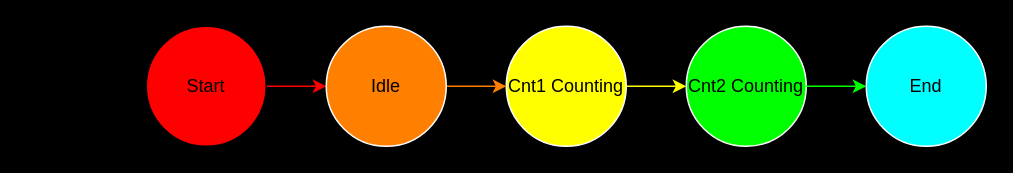
gordonpow/lab_hardware_test keeps this draw.io diagram as 3/AOV.drawio. Above is the earlier version. Source tidied: cells renumbered, new cells numbered last; positions are measured from the earlier drawing's top-left corner, leaving out a move shared by most shapes. Both pictures are drawn from the tidied source at 150%, with x=0, y=0 at pixel (146, 26).
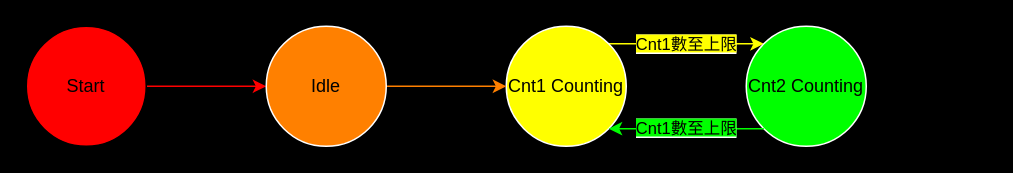
The same diagram, later.

Change to the diagram source:
```diff
@@
 <mxGraphModel background="#000000">
   <root>
     <mxCell id="0" />
     <mxCell id="1" parent="0" />
-    <mxCell id="2" style="edgeStyle=none;html=1;exitX=1;exitY=0.5;exitDx=0;exitDy=0;fontColor=#FFFFFF;strokeColor=#FF0000;" parent="1" edge="1" source="3">
-      <mxGeometry relative="1" as="geometry">
-        <mxPoint x="120" y="40" as="targetPoint" />
-      </mxGeometry>
+    <mxCell id="2" style="edgeStyle=none;html=1;exitX=1;exitY=0.5;exitDx=0;exitDy=0;fontColor=#FFFFFF;strokeColor=#FF0000;entryX=0;entryY=0.5;entryDx=0;entryDy=0;" parent="1" edge="1" source="3" target="10">
+      <mxGeometry relative="1" as="geometry" />
     </mxCell>
     <mxCell id="3" value="Start" style="ellipse;whiteSpace=wrap;html=1;fillColor=#FF0000;fontColor=#000000;" parent="1" vertex="1">
-      <mxGeometry width="80" height="80" as="geometry" />
+      <mxGeometry x="-80" width="80" height="80" as="geometry" />
     </mxCell>
-    <mxCell id="4" style="edgeStyle=none;html=1;exitX=1;exitY=0.5;exitDx=0;exitDy=0;fontColor=#FFFFFF;strokeColor=#FFFF00;entryX=0;entryY=0.5;entryDx=0;entryDy=0;" parent="1" edge="1" source="5" target="6">
+    <mxCell id="4" value="&lt;span style=&quot;background-color: rgb(255, 255, 0);&quot;&gt;&lt;font color=&quot;#000000&quot;&gt;Cnt1數至上限&lt;/font&gt;&lt;/span&gt;" style="edgeStyle=none;html=1;exitX=1;exitY=0;exitDx=0;exitDy=0;fontColor=#FFFFFF;strokeColor=#FFFF00;entryX=0;entryY=0;entryDx=0;entryDy=0;" parent="1" edge="1" source="5" target="6">
       <mxGeometry relative="1" as="geometry" />
     </mxCell>
     <mxCell id="5" value="Cnt1 Counting" style="ellipse;whiteSpace=wrap;html=1;fontColor=#000000;strokeColor=#FFFFFF;fillColor=#FFFF00;" parent="1" vertex="1">
       <mxGeometry x="240" width="80" height="80" as="geometry" />
     </mxCell>
     <mxCell id="6" value="Cnt2 Counting" style="ellipse;whiteSpace=wrap;html=1;fontColor=#000000;strokeColor=#FFFFFF;fillColor=#00FF00;" parent="1" vertex="1">
-      <mxGeometry x="360" width="80" height="80" as="geometry" />
+      <mxGeometry x="400" width="80" height="80" as="geometry" />
     </mxCell>
-    <mxCell id="7" value="End" style="ellipse;whiteSpace=wrap;html=1;fontColor=#000000;strokeColor=#FFFFFF;fillColor=#00FFFF;" parent="1" vertex="1">
-      <mxGeometry x="480" width="80" height="80" as="geometry" />
-    </mxCell>
-    <mxCell id="8" style="edgeStyle=none;html=1;strokeColor=#00FF00;exitX=1;exitY=0.5;exitDx=0;exitDy=0;" parent="1" edge="1" source="6">
-      <mxGeometry relative="1" as="geometry">
-        <mxPoint x="480" y="40" as="targetPoint" />
-      </mxGeometry>
+    <mxCell id="8" value="&lt;span style=&quot;color: rgb(0, 0, 0); font-family: Helvetica; font-size: 11px; font-style: normal; font-variant-ligatures: normal; font-variant-caps: normal; font-weight: 400; letter-spacing: normal; orphans: 2; text-align: center; text-indent: 0px; text-transform: none; widows: 2; word-spacing: 0px; -webkit-text-stroke-width: 0px; text-decoration-thickness: initial; text-decoration-style: initial; text-decoration-color: initial; float: none; display: inline !important; background-color: rgb(0, 255, 0);&quot;&gt;Cnt1數至上限&lt;/span&gt;" style="edgeStyle=none;html=1;strokeColor=#00FF00;exitX=0;exitY=1;exitDx=0;exitDy=0;entryX=1;entryY=1;entryDx=0;entryDy=0;" parent="1" edge="1" source="6" target="5">
+      <mxGeometry relative="1" as="geometry" />
     </mxCell>
     <mxCell id="9" style="edgeStyle=none;html=1;exitX=1;exitY=0.5;exitDx=0;exitDy=0;entryX=0;entryY=0.5;entryDx=0;entryDy=0;strokeColor=#FF8000;" parent="1" edge="1" source="10" target="5">
       <mxGeometry relative="1" as="geometry" />
     </mxCell>
     <mxCell id="10" value="Idle" style="ellipse;whiteSpace=wrap;html=1;fontColor=#000000;strokeColor=#FFFFFF;fillColor=#FF8000;" parent="1" vertex="1">
-      <mxGeometry x="120" width="80" height="80" as="geometry" />
+      <mxGeometry x="80" width="80" height="80" as="geometry" />
     </mxCell>
   </root>
 </mxGraphModel>
```
